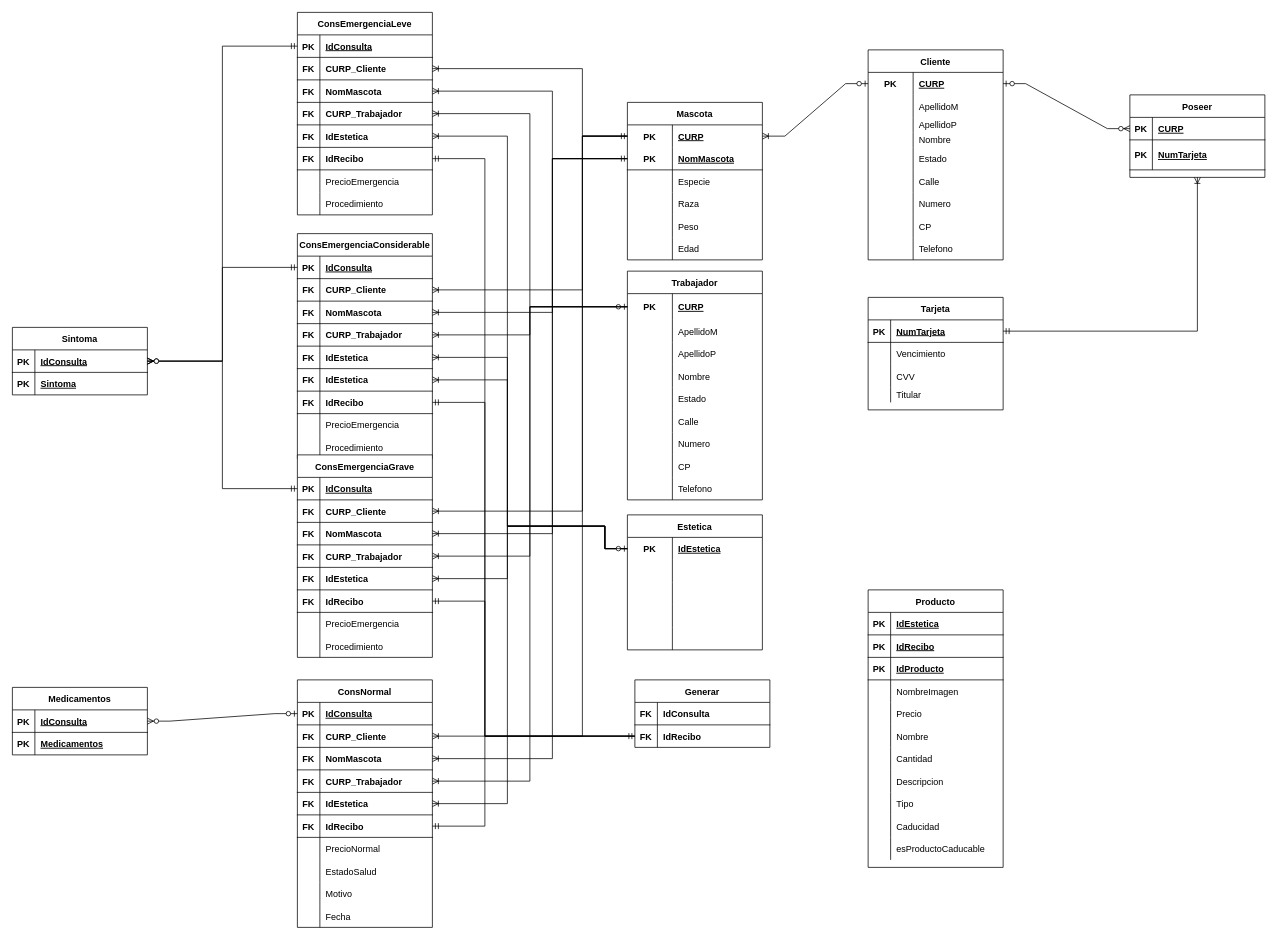
The draw.io diagram RelacionalAlfa.drawio in FBD-Alfa/Practica05, before the edit. Source tidied: cells renumbered, new cells numbered last; positions are measured from the earlier drawing's top-left corner, leaving out a move shared by most shapes. Both pictures are drawn from the tidied source at 75%, with x=0, y=0 at pixel (12, 12).
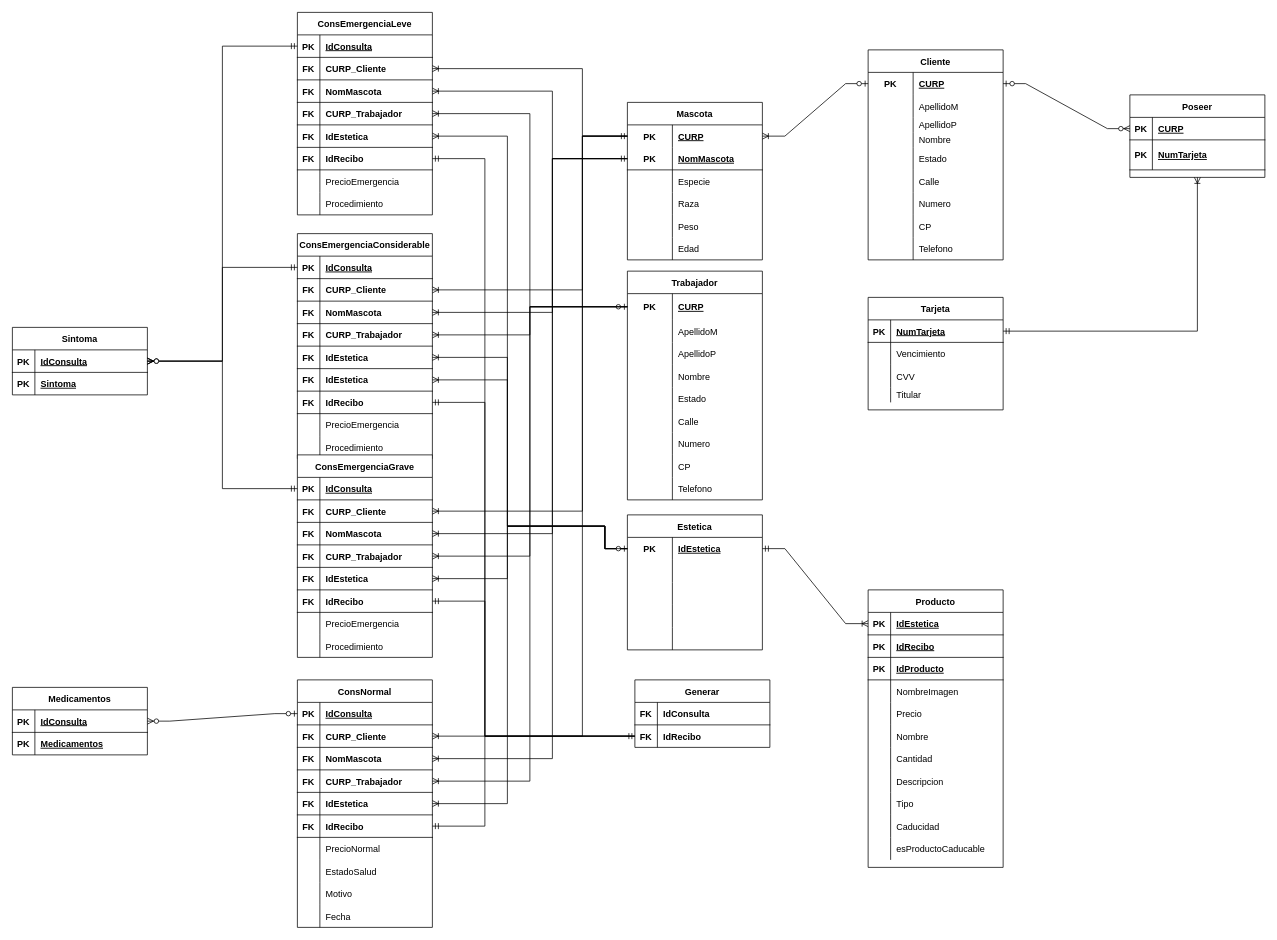
The same diagram, later.

Unchanged cells that the change refers to:
```xml
<mxCell id="201" style="shape=tableRow;horizontal=0;startSize=0;swimlaneHead=0;swimlaneBody=0;fillColor=none;points=[[0,0.5],[1,0.5]];portConstraint=eastwest;top=0;left=0;right=0;bottom=0;" parent="200" vertex="1">
  <mxGeometry y="30" width="180" height="30" as="geometry" />
</mxCell>
<mxCell id="250" style="shape=tableRow;horizontal=0;startSize=0;swimlaneHead=0;swimlaneBody=0;fillColor=none;points=[[0,0.5],[1,0.5]];portConstraint=eastwest;top=0;left=0;right=0;bottom=1;" parent="249" vertex="1">
  <mxGeometry y="30" width="180" height="30" as="geometry" />
</mxCell>
```

The edit, as a diff of the source:
```diff
@@
+    <mxCell id="305" style="edgeStyle=entityRelationEdgeStyle;fontSize=12;html=1;endArrow=ERoneToMany;startArrow=ERmandOne;rounded=0;entryX=0;entryY=0.5;entryDx=0;entryDy=0;exitX=1;exitY=0.5;exitDx=0;exitDy=0;" parent="1" edge="1" source="201" target="250">
+      <mxGeometry relative="1" as="geometry" />
+    </mxCell>
```
